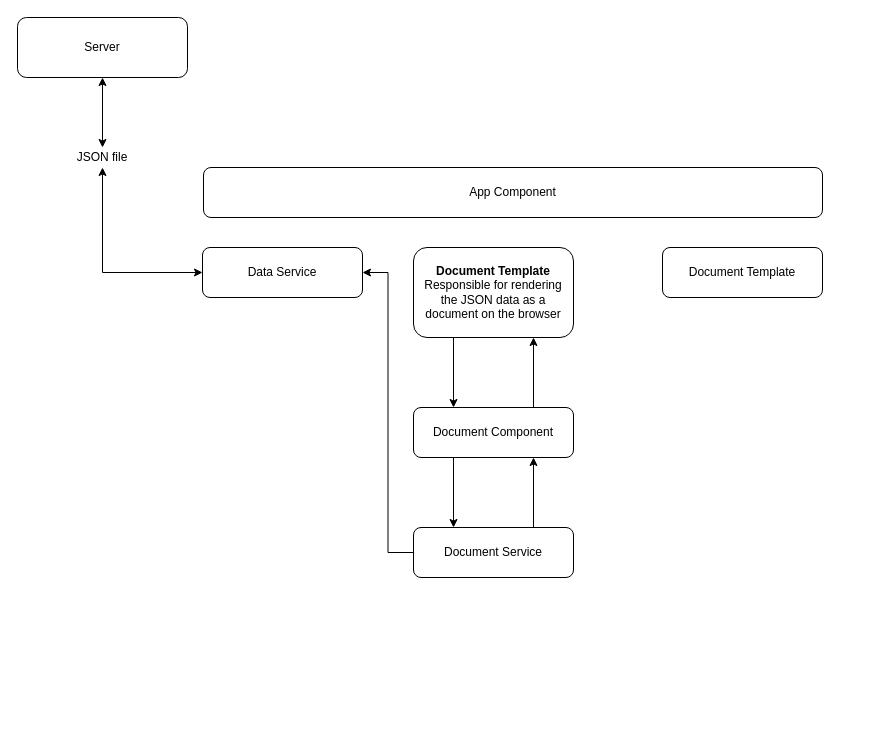
Above: renderFindReplace.drawio in shaunzo/renderFindReplace (draw.io), before the change. Source tidied: cells renumbered, new cells numbered last; positions are measured from the earlier drawing's top-left corner, leaving out a move shared by most shapes. Both pictures are drawn from the tidied source at 100%, with x=0, y=0 at pixel (17, 17).
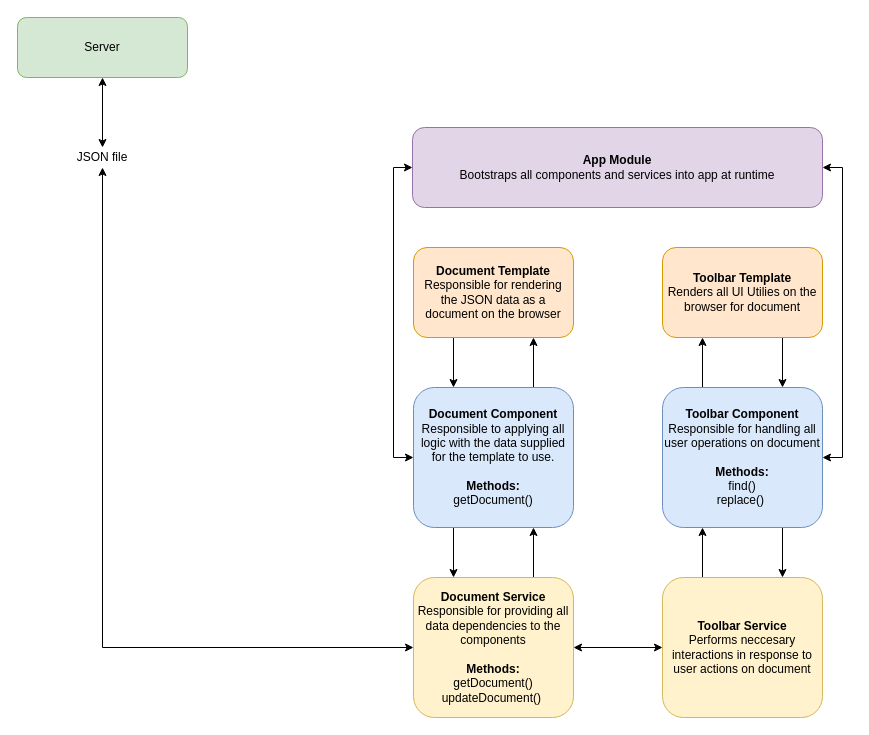
After the change.

The change refers to these unchanged cells:
```xml
<mxCell id="4" value="JSON file" style="text;html=1;strokeColor=none;fillColor=none;align=center;verticalAlign=middle;whiteSpace=wrap;rounded=0;" parent="1" vertex="1">
  <mxGeometry x="35" y="130" width="100" height="20" as="geometry" />
</mxCell>
```

What changed in the source:
```diff
@@
-    <mxCell id="2" value="Server" style="rounded=1;whiteSpace=wrap;html=1;" parent="1" vertex="1">
+    <mxCell id="2" value="Server" style="rounded=1;whiteSpace=wrap;html=1;fillColor=#d5e8d4;strokeColor=#82b366;" parent="1" vertex="1">
       <mxGeometry width="170" height="60" as="geometry" />
     </mxCell>
@@
-    <mxCell id="5" style="edgeStyle=orthogonalEdgeStyle;rounded=0;jettySize=auto;html=1;exitX=0;exitY=0.5;exitDx=0;exitDy=0;startArrow=classic;startFill=1;" parent="1" edge="1" source="6" target="4">
-      <mxGeometry relative="1" as="geometry" />
-    </mxCell>
-    <mxCell id="6" value="Data Service" style="rounded=1;whiteSpace=wrap;html=1;" parent="1" vertex="1">
-      <mxGeometry x="185" y="230" width="160" height="50" as="geometry" />
-    </mxCell>
-    <mxCell id="7" value="App Component" style="rounded=1;whiteSpace=wrap;html=1;" parent="1" vertex="1">
-      <mxGeometry x="186" y="150" width="619" height="50" as="geometry" />
+    <mxCell id="7" value="&lt;b&gt;App Module&lt;br&gt;&lt;/b&gt;Bootstraps all components and services into app at runtime" style="rounded=1;whiteSpace=wrap;html=1;fillColor=#e1d5e7;strokeColor=#9673a6;" parent="1" vertex="1">
+      <mxGeometry x="395" y="110" width="410" height="80" as="geometry" />
     </mxCell>
@@
+    <mxCell id="17" style="edgeStyle=orthogonalEdgeStyle;rounded=0;jettySize=auto;html=1;exitX=0;exitY=0.5;exitDx=0;exitDy=0;startArrow=classic;startFill=1;entryX=0;entryY=0.5;entryDx=0;entryDy=0;" parent="1" edge="1" source="10" target="7">
+      <mxGeometry relative="1" as="geometry" />
+    </mxCell>
-    <mxCell id="10" value="Document Component" style="rounded=1;whiteSpace=wrap;html=1;" parent="1" vertex="1">
-      <mxGeometry x="396" y="390" width="160" height="50" as="geometry" />
+    <mxCell id="10" value="&lt;b&gt;Document Component&lt;br&gt;&lt;/b&gt;Responsible to applying all logic with the data supplied for the template to use.&lt;br&gt;&lt;br&gt;&lt;b&gt;Methods:&lt;/b&gt;&lt;br&gt;getDocument()" style="rounded=1;whiteSpace=wrap;html=1;fillColor=#dae8fc;strokeColor=#6c8ebf;" parent="1" vertex="1">
+      <mxGeometry x="396" y="370" width="160" height="140" as="geometry" />
     </mxCell>
@@
-    <mxCell id="12" style="edgeStyle=orthogonalEdgeStyle;rounded=0;jettySize=auto;html=1;exitX=0;exitY=0.5;exitDx=0;exitDy=0;entryX=1;entryY=0.5;entryDx=0;entryDy=0;" parent="1" edge="1" source="13" target="6">
+    <mxCell id="12" style="edgeStyle=orthogonalEdgeStyle;rounded=0;jettySize=auto;html=1;exitX=0;exitY=0.5;exitDx=0;exitDy=0;entryX=0.5;entryY=1;entryDx=0;entryDy=0;startArrow=classic;startFill=1;" parent="1" edge="1" source="13" target="4">
       <mxGeometry relative="1" as="geometry" />
     </mxCell>
-    <mxCell id="13" value="Document Service" style="rounded=1;whiteSpace=wrap;html=1;" parent="1" vertex="1">
-      <mxGeometry x="396" y="510" width="160" height="50" as="geometry" />
+    <mxCell id="13" value="&lt;b&gt;Document Service&lt;br&gt;&lt;/b&gt;Responsible for providing all data dependencies to the components&lt;br&gt;&lt;br&gt;&lt;b&gt;Methods:&lt;br&gt;&lt;/b&gt;getDocument()&lt;br&gt;updateDocument()&amp;nbsp;" style="rounded=1;whiteSpace=wrap;html=1;fillColor=#fff2cc;strokeColor=#d6b656;" parent="1" vertex="1">
+      <mxGeometry x="396" y="560" width="160" height="140" as="geometry" />
     </mxCell>
@@
-    <mxCell id="15" value="&lt;b&gt;Document Template&lt;/b&gt;&lt;br&gt;Responsible for rendering&lt;br&gt;the JSON data as a document on the browser" style="rounded=1;whiteSpace=wrap;html=1;" parent="1" vertex="1">
+    <mxCell id="15" value="&lt;b&gt;Document Template&lt;/b&gt;&lt;br&gt;Responsible for rendering&lt;br&gt;the JSON data as a document on the browser" style="rounded=1;whiteSpace=wrap;html=1;fillColor=#ffe6cc;strokeColor=#d79b00;" parent="1" vertex="1">
       <mxGeometry x="396" y="230" width="160" height="90" as="geometry" />
     </mxCell>
+    <mxCell id="18" style="edgeStyle=orthogonalEdgeStyle;rounded=0;jettySize=auto;html=1;exitX=0.25;exitY=1;exitDx=0;exitDy=0;entryX=0.25;entryY=0;entryDx=0;entryDy=0;startArrow=classic;startFill=1;endArrow=none;endFill=0;" parent="1" edge="1" source="16" target="22">
+      <mxGeometry relative="1" as="geometry" />
+    </mxCell>
+    <mxCell id="19" style="edgeStyle=orthogonalEdgeStyle;rounded=0;jettySize=auto;html=1;exitX=0.75;exitY=1;exitDx=0;exitDy=0;entryX=0.75;entryY=0;entryDx=0;entryDy=0;startArrow=none;startFill=0;endArrow=classic;endFill=1;" parent="1" edge="1" source="16" target="22">
+      <mxGeometry relative="1" as="geometry" />
+    </mxCell>
-    <mxCell id="16" value="Document Template" style="rounded=1;whiteSpace=wrap;html=1;" parent="1" vertex="1">
-      <mxGeometry x="645" y="230" width="160" height="50" as="geometry" />
+    <mxCell id="16" value="&lt;b&gt;Toolbar Template&lt;br&gt;&lt;/b&gt;Renders all UI Utilies on the browser for document" style="rounded=1;whiteSpace=wrap;html=1;fillColor=#ffe6cc;strokeColor=#d79b00;" parent="1" vertex="1">
+      <mxGeometry x="645" y="230" width="160" height="90" as="geometry" />
     </mxCell>
+    <mxCell id="20" style="edgeStyle=orthogonalEdgeStyle;rounded=0;jettySize=auto;html=1;exitX=0.75;exitY=1;exitDx=0;exitDy=0;entryX=0.75;entryY=0;entryDx=0;entryDy=0;startArrow=none;startFill=0;endArrow=classic;endFill=1;" parent="1" edge="1" source="22" target="25">
+      <mxGeometry relative="1" as="geometry" />
+    </mxCell>
+    <mxCell id="21" style="edgeStyle=orthogonalEdgeStyle;rounded=0;jettySize=auto;html=1;exitX=1;exitY=0.5;exitDx=0;exitDy=0;entryX=1;entryY=0.5;entryDx=0;entryDy=0;startArrow=classic;startFill=1;endArrow=classic;endFill=1;" parent="1" edge="1" source="22" target="7">
+      <mxGeometry relative="1" as="geometry" />
+    </mxCell>
+    <mxCell id="22" value="&lt;b&gt;Toolbar Component&lt;br&gt;&lt;/b&gt;Responsible for handling all user operations on document&lt;br&gt;&lt;br&gt;&lt;b&gt;Methods:&lt;br&gt;&lt;/b&gt;find()&lt;br&gt;replace()&amp;nbsp;" style="rounded=1;whiteSpace=wrap;html=1;fillColor=#dae8fc;strokeColor=#6c8ebf;" parent="1" vertex="1">
+      <mxGeometry x="645" y="370" width="160" height="140" as="geometry" />
+    </mxCell>
+    <mxCell id="23" style="edgeStyle=orthogonalEdgeStyle;rounded=0;jettySize=auto;html=1;exitX=0.25;exitY=0;exitDx=0;exitDy=0;entryX=0.25;entryY=1;entryDx=0;entryDy=0;startArrow=none;startFill=0;endArrow=classic;endFill=1;" parent="1" edge="1" source="25" target="22">
+      <mxGeometry relative="1" as="geometry" />
+    </mxCell>
+    <mxCell id="24" style="edgeStyle=orthogonalEdgeStyle;rounded=0;jettySize=auto;html=1;exitX=0;exitY=0.5;exitDx=0;exitDy=0;startArrow=classic;startFill=1;endArrow=classic;endFill=1;" parent="1" edge="1" source="25" target="13">
+      <mxGeometry relative="1" as="geometry" />
+    </mxCell>
+    <mxCell id="25" value="&lt;b&gt;Toolbar Service&lt;br&gt;&lt;/b&gt;Performs neccesary interactions in response to user actions on document" style="rounded=1;whiteSpace=wrap;html=1;fillColor=#fff2cc;strokeColor=#d6b656;" parent="1" vertex="1">
+      <mxGeometry x="645" y="560" width="160" height="140" as="geometry" />
+    </mxCell>
```
